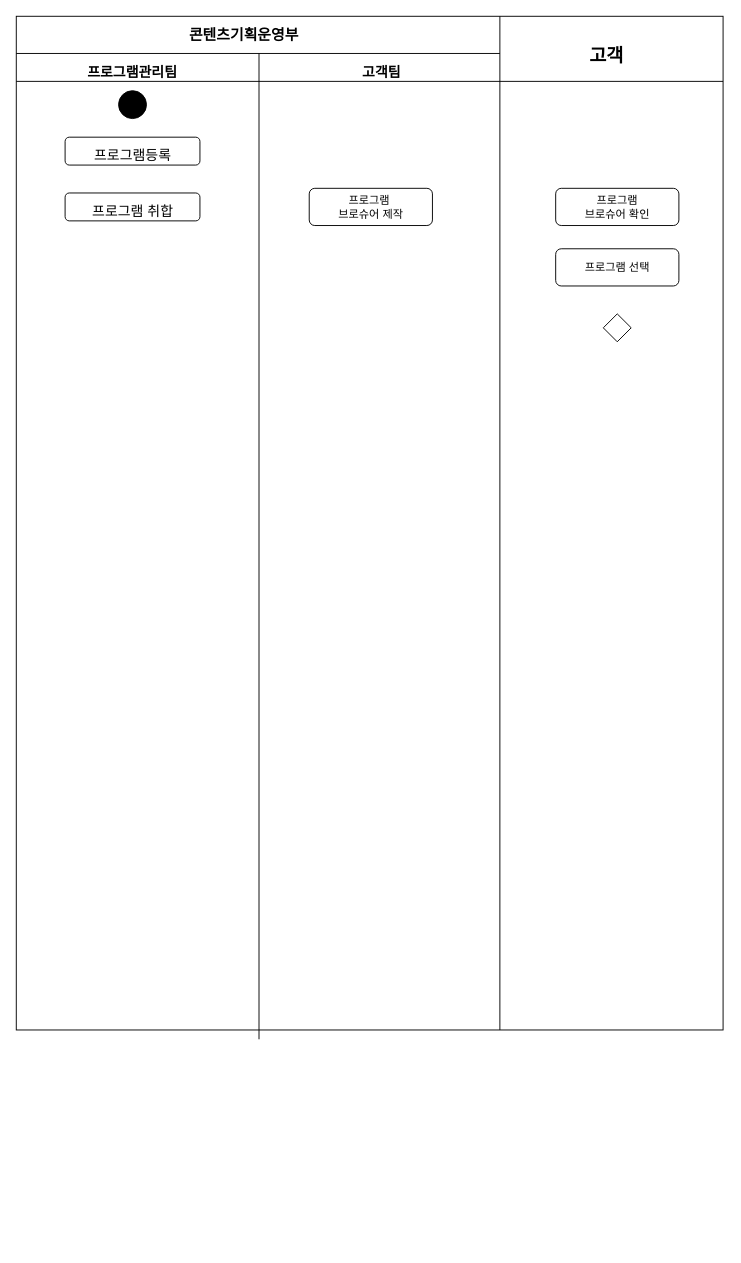
Before: page "Page-3" (3 of 3) of 제목 없는 다이어그램.drawio in ys-choi1203/tttTest, a draw.io diagram. Source tidied: cells renumbered, new cells numbered last; positions are measured from the earlier drawing's top-left corner, leaving out a move shared by most shapes. Both pictures are drawn from the tidied source at 93%, with x=0, y=0 at pixel (16, 16).
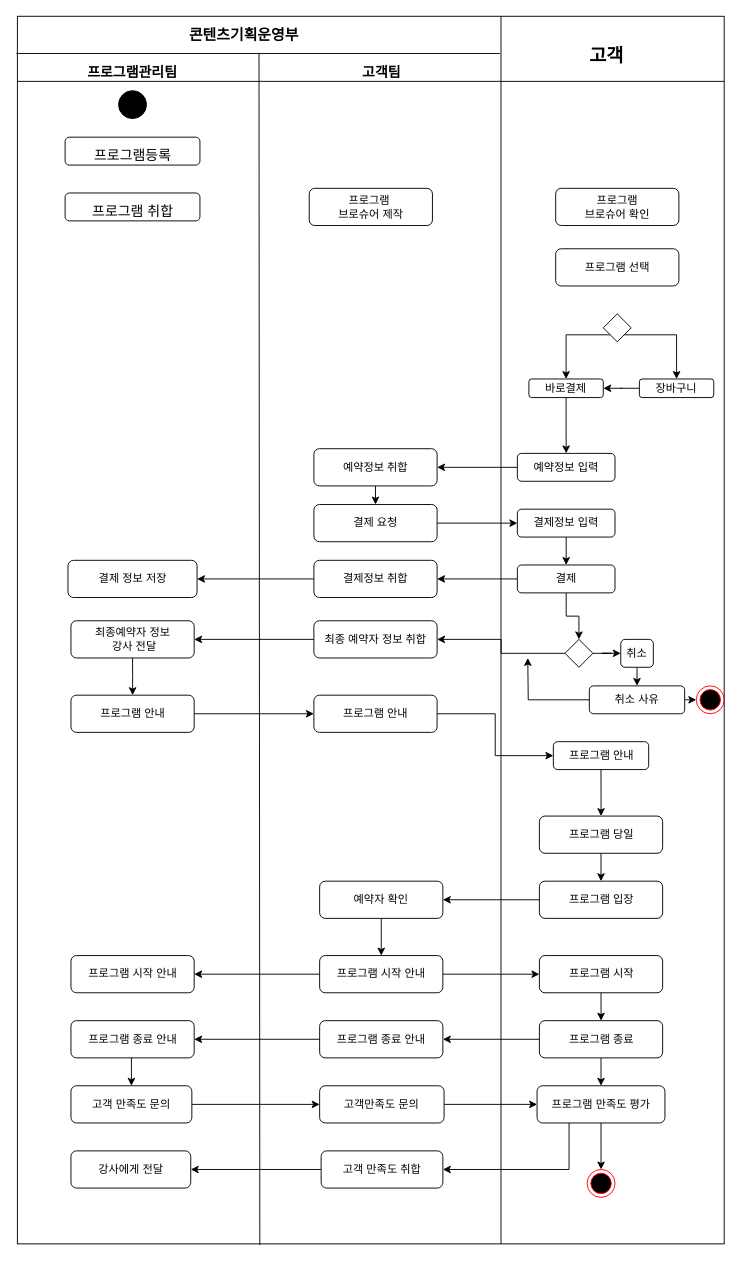
After the change.

Unchanged cells that the change refers to:
```xml
<mxCell id="15" style="rhombus;whiteSpace=wrap;html=1;" parent="1" vertex="1">
  <mxGeometry x="631.2" y="320" width="30" height="30" as="geometry" />
</mxCell>
```

The edit, as a diff of the source:
```diff
@@
     <mxCell id="2" style="shape=internalStorage;whiteSpace=wrap;html=1;backgroundOutline=1;strokeColor=#000000;dx=520;dy=70;" parent="1" vertex="1">
-      <mxGeometry width="760" height="1090" as="geometry" />
+      <mxGeometry x="1.2" width="760" height="1320" as="geometry" />
     </mxCell>
@@
-    <mxCell id="4" style="endArrow=none;html=1;" parent="1" edge="1">
+    <mxCell id="4" style="endArrow=none;html=1;exitX=0.343;exitY=1.001;exitDx=0;exitDy=0;exitPerimeter=0;" parent="1" edge="1" source="2">
       <mxGeometry relative="1" as="geometry">
-        <mxPoint x="261" y="1100" as="sourcePoint" />
         <mxPoint x="261" y="40" as="targetPoint" />
       </mxGeometry>
     </mxCell>
@@
+    <mxCell id="16" style="edgeStyle=orthogonalEdgeStyle;rounded=0;jettySize=auto;html=1;exitX=0;exitY=0.5;exitDx=0;exitDy=0;" parent="1" edge="1" source="17" target="23">
+      <mxGeometry relative="1" as="geometry" />
+    </mxCell>
+    <mxCell id="17" value="장바구니" style="rounded=1;whiteSpace=wrap;html=1;" parent="1" vertex="1">
+      <mxGeometry x="670" y="390" width="80" height="20" as="geometry" />
+    </mxCell>
+    <mxCell id="18" style="edgeStyle=orthogonalEdgeStyle;rounded=0;jettySize=auto;html=1;exitX=0.5;exitY=1;exitDx=0;exitDy=0;entryX=0.5;entryY=0;entryDx=0;entryDy=0;" parent="1" edge="1" source="19" target="27">
+      <mxGeometry relative="1" as="geometry" />
+    </mxCell>
+    <mxCell id="19" value="예약정보 취합" style="rounded=1;whiteSpace=wrap;html=1;" parent="1" vertex="1">
+      <mxGeometry x="320" y="465" width="132.5" height="40" as="geometry" />
+    </mxCell>
+    <mxCell id="20" style="edgeStyle=orthogonalEdgeStyle;rounded=0;jettySize=auto;html=1;exitX=1;exitY=1;exitDx=0;exitDy=0;entryX=0.5;entryY=0;entryDx=0;entryDy=0;" parent="1" edge="1" source="15" target="17">
+      <mxGeometry relative="1" as="geometry" />
+    </mxCell>
+    <mxCell id="21" style="edgeStyle=orthogonalEdgeStyle;rounded=0;jettySize=auto;html=1;exitX=0;exitY=1;exitDx=0;exitDy=0;entryX=0.5;entryY=0;entryDx=0;entryDy=0;" parent="1" edge="1" source="15" target="23">
+      <mxGeometry relative="1" as="geometry">
+        <Array as="points">
+          <mxPoint x="591" y="343" />
+        </Array>
+      </mxGeometry>
+    </mxCell>
@@
+    <mxCell id="22" style="edgeStyle=orthogonalEdgeStyle;rounded=0;jettySize=auto;html=1;exitX=0.5;exitY=1;exitDx=0;exitDy=0;entryX=0.5;entryY=0;entryDx=0;entryDy=0;" parent="1" edge="1" source="23" target="25">
+      <mxGeometry relative="1" as="geometry" />
+    </mxCell>
+    <mxCell id="23" value="바로결제" style="rounded=1;whiteSpace=wrap;html=1;" parent="1" vertex="1">
+      <mxGeometry x="551.2" y="390" width="80" height="20" as="geometry" />
+    </mxCell>
+    <mxCell id="24" style="edgeStyle=orthogonalEdgeStyle;rounded=0;jettySize=auto;html=1;exitX=0;exitY=0.5;exitDx=0;exitDy=0;entryX=1;entryY=0.5;entryDx=0;entryDy=0;" parent="1" edge="1" source="25" target="19">
+      <mxGeometry relative="1" as="geometry" />
+    </mxCell>
+    <mxCell id="25" value="예약정보 입력" style="rounded=1;whiteSpace=wrap;html=1;" parent="1" vertex="1">
+      <mxGeometry x="538.8" y="470" width="105" height="30" as="geometry" />
+    </mxCell>
+    <mxCell id="26" style="edgeStyle=orthogonalEdgeStyle;rounded=0;jettySize=auto;html=1;exitX=1;exitY=0.5;exitDx=0;exitDy=0;" parent="1" edge="1" source="27" target="29">
+      <mxGeometry relative="1" as="geometry" />
+    </mxCell>
+    <mxCell id="27" value="결제 요청" style="rounded=1;whiteSpace=wrap;html=1;" parent="1" vertex="1">
+      <mxGeometry x="320" y="525" width="132.5" height="40" as="geometry" />
+    </mxCell>
+    <mxCell id="28" style="edgeStyle=orthogonalEdgeStyle;rounded=0;jettySize=auto;html=1;exitX=0.5;exitY=1;exitDx=0;exitDy=0;entryX=0.5;entryY=0;entryDx=0;entryDy=0;" parent="1" edge="1" source="29" target="32">
+      <mxGeometry relative="1" as="geometry" />
+    </mxCell>
+    <mxCell id="29" value="결제정보 입력" style="rounded=1;whiteSpace=wrap;html=1;" parent="1" vertex="1">
+      <mxGeometry x="538.8" y="530" width="105" height="30" as="geometry" />
+    </mxCell>
+    <mxCell id="30" style="edgeStyle=orthogonalEdgeStyle;rounded=0;jettySize=auto;html=1;" parent="1" edge="1" source="32" target="34">
+      <mxGeometry relative="1" as="geometry" />
+    </mxCell>
+    <mxCell id="31" style="edgeStyle=orthogonalEdgeStyle;rounded=0;jettySize=auto;html=1;exitX=0.5;exitY=1;exitDx=0;exitDy=0;entryX=0.5;entryY=0;entryDx=0;entryDy=0;" parent="1" edge="1" source="32" target="45">
+      <mxGeometry relative="1" as="geometry" />
+    </mxCell>
+    <mxCell id="32" value="결제" style="rounded=1;whiteSpace=wrap;html=1;" parent="1" vertex="1">
+      <mxGeometry x="538.8" y="590" width="105" height="30" as="geometry" />
+    </mxCell>
+    <mxCell id="33" style="edgeStyle=orthogonalEdgeStyle;rounded=0;jettySize=auto;html=1;exitX=0;exitY=0.5;exitDx=0;exitDy=0;entryX=1;entryY=0.5;entryDx=0;entryDy=0;" parent="1" edge="1" source="34" target="73">
+      <mxGeometry relative="1" as="geometry" />
+    </mxCell>
+    <mxCell id="34" value="결제정보 취합" style="rounded=1;whiteSpace=wrap;html=1;" parent="1" vertex="1">
+      <mxGeometry x="320" y="585" width="132.5" height="40" as="geometry" />
+    </mxCell>
+    <mxCell id="35" style="edgeStyle=orthogonalEdgeStyle;rounded=0;jettySize=auto;html=1;" parent="1" edge="1" source="36" target="38">
+      <mxGeometry relative="1" as="geometry" />
+    </mxCell>
+    <mxCell id="36" value="최종 예약자 정보 취합" style="rounded=1;whiteSpace=wrap;html=1;" parent="1" vertex="1">
+      <mxGeometry x="320" y="650" width="132.5" height="40" as="geometry" />
+    </mxCell>
+    <mxCell id="37" style="edgeStyle=orthogonalEdgeStyle;rounded=0;jettySize=auto;html=1;exitX=0.5;exitY=1;exitDx=0;exitDy=0;" parent="1" edge="1" source="38" target="40">
+      <mxGeometry relative="1" as="geometry" />
+    </mxCell>
+    <mxCell id="38" value="최종예약자 정보&lt;br&gt;&amp;nbsp;강사 전달" style="rounded=1;whiteSpace=wrap;html=1;" parent="1" vertex="1">
+      <mxGeometry x="58.8" y="650" width="132.5" height="40" as="geometry" />
+    </mxCell>
+    <mxCell id="39" style="edgeStyle=orthogonalEdgeStyle;rounded=0;jettySize=auto;html=1;exitX=1;exitY=0.5;exitDx=0;exitDy=0;entryX=0;entryY=0.5;entryDx=0;entryDy=0;" parent="1" edge="1" source="40" target="42">
+      <mxGeometry relative="1" as="geometry" />
+    </mxCell>
+    <mxCell id="40" value="프로그램 안내" style="rounded=1;whiteSpace=wrap;html=1;" parent="1" vertex="1">
+      <mxGeometry x="58.8" y="730" width="132.5" height="40" as="geometry" />
+    </mxCell>
+    <mxCell id="41" style="edgeStyle=orthogonalEdgeStyle;rounded=0;jettySize=auto;html=1;exitX=1;exitY=0.5;exitDx=0;exitDy=0;entryX=0;entryY=0.5;entryDx=0;entryDy=0;" parent="1" edge="1" source="42" target="50">
+      <mxGeometry relative="1" as="geometry" />
+    </mxCell>
+    <mxCell id="42" value="프로그램 안내" style="rounded=1;whiteSpace=wrap;html=1;" parent="1" vertex="1">
+      <mxGeometry x="320" y="730" width="132.5" height="40" as="geometry" />
+    </mxCell>
+    <mxCell id="43" style="edgeStyle=orthogonalEdgeStyle;rounded=0;jettySize=auto;html=1;exitX=1;exitY=0.5;exitDx=0;exitDy=0;" parent="1" edge="1" source="45" target="47">
+      <mxGeometry relative="1" as="geometry" />
+    </mxCell>
+    <mxCell id="44" style="edgeStyle=orthogonalEdgeStyle;rounded=0;jettySize=auto;html=1;exitX=0;exitY=0.5;exitDx=0;exitDy=0;" parent="1" edge="1" source="45" target="36">
+      <mxGeometry relative="1" as="geometry" />
+    </mxCell>
+    <mxCell id="45" style="rhombus;whiteSpace=wrap;html=1;" parent="1" vertex="1">
+      <mxGeometry x="590" y="670" width="30" height="30" as="geometry" />
+    </mxCell>
+    <mxCell id="46" style="edgeStyle=orthogonalEdgeStyle;rounded=0;jettySize=auto;html=1;exitX=0.5;exitY=1;exitDx=0;exitDy=0;entryX=0.5;entryY=0;entryDx=0;entryDy=0;" parent="1" edge="1" source="47" target="72">
+      <mxGeometry relative="1" as="geometry" />
+    </mxCell>
+    <mxCell id="47" value="취소" style="rounded=1;whiteSpace=wrap;html=1;" parent="1" vertex="1">
+      <mxGeometry x="650" y="670" width="35" height="30" as="geometry" />
+    </mxCell>
+    <mxCell id="48" style="ellipse;html=1;shape=endState;fillColor=#000000;strokeColor=#ff0000;" parent="1" vertex="1">
+      <mxGeometry x="731.2" y="720" width="30" height="30" as="geometry" />
+    </mxCell>
+    <mxCell id="49" style="edgeStyle=orthogonalEdgeStyle;rounded=0;jettySize=auto;html=1;exitX=0.5;exitY=1;exitDx=0;exitDy=0;" parent="1" edge="1" source="50" target="52">
+      <mxGeometry relative="1" as="geometry" />
+    </mxCell>
+    <mxCell id="50" value="프로그램 안내" style="rounded=1;whiteSpace=wrap;html=1;" parent="1" vertex="1">
+      <mxGeometry x="577.5" y="780" width="102.5" height="30" as="geometry" />
+    </mxCell>
+    <mxCell id="51" style="edgeStyle=orthogonalEdgeStyle;rounded=0;jettySize=auto;html=1;exitX=0.5;exitY=1;exitDx=0;exitDy=0;entryX=0.5;entryY=0;entryDx=0;entryDy=0;" parent="1" edge="1" source="52" target="54">
+      <mxGeometry relative="1" as="geometry" />
+    </mxCell>
+    <mxCell id="52" value="프로그램 당일" style="rounded=1;whiteSpace=wrap;html=1;" parent="1" vertex="1">
+      <mxGeometry x="562.5" y="860" width="132.5" height="40" as="geometry" />
+    </mxCell>
+    <mxCell id="53" style="edgeStyle=orthogonalEdgeStyle;rounded=0;jettySize=auto;html=1;exitX=0;exitY=0.5;exitDx=0;exitDy=0;" parent="1" edge="1" source="54" target="56">
+      <mxGeometry relative="1" as="geometry" />
+    </mxCell>
+    <mxCell id="54" value="프로그램 입장" style="rounded=1;whiteSpace=wrap;html=1;" parent="1" vertex="1">
+      <mxGeometry x="562.5" y="930" width="132.5" height="40" as="geometry" />
+    </mxCell>
+    <mxCell id="55" style="edgeStyle=orthogonalEdgeStyle;rounded=0;jettySize=auto;html=1;exitX=0.5;exitY=1;exitDx=0;exitDy=0;entryX=0.5;entryY=0;entryDx=0;entryDy=0;" parent="1" edge="1" source="56" target="59">
+      <mxGeometry relative="1" as="geometry" />
+    </mxCell>
+    <mxCell id="56" value="예약자 확인" style="rounded=1;whiteSpace=wrap;html=1;" parent="1" vertex="1">
+      <mxGeometry x="326.2" y="930" width="132.5" height="40" as="geometry" />
+    </mxCell>
+    <mxCell id="57" style="edgeStyle=orthogonalEdgeStyle;rounded=0;jettySize=auto;html=1;exitX=1;exitY=0.5;exitDx=0;exitDy=0;entryX=0;entryY=0.5;entryDx=0;entryDy=0;" parent="1" edge="1" source="59" target="61">
+      <mxGeometry relative="1" as="geometry" />
+    </mxCell>
+    <mxCell id="58" style="edgeStyle=orthogonalEdgeStyle;rounded=0;jettySize=auto;html=1;exitX=0;exitY=0.5;exitDx=0;exitDy=0;" parent="1" edge="1" source="59" target="62">
+      <mxGeometry relative="1" as="geometry" />
+    </mxCell>
+    <mxCell id="59" value="프로그램 시작 안내" style="rounded=1;whiteSpace=wrap;html=1;" parent="1" vertex="1">
+      <mxGeometry x="326.2" y="1010" width="132.5" height="40" as="geometry" />
+    </mxCell>
+    <mxCell id="60" style="edgeStyle=orthogonalEdgeStyle;rounded=0;jettySize=auto;html=1;exitX=0.5;exitY=1;exitDx=0;exitDy=0;" parent="1" edge="1" source="61" target="65">
+      <mxGeometry relative="1" as="geometry" />
+    </mxCell>
+    <mxCell id="61" value="프로그램 시작" style="rounded=1;whiteSpace=wrap;html=1;" parent="1" vertex="1">
+      <mxGeometry x="562.5" y="1010" width="132.5" height="40" as="geometry" />
+    </mxCell>
+    <mxCell id="62" value="프로그램 시작 안내" style="rounded=1;whiteSpace=wrap;html=1;" parent="1" vertex="1">
+      <mxGeometry x="58.8" y="1010" width="132.5" height="40" as="geometry" />
+    </mxCell>
+    <mxCell id="63" style="edgeStyle=orthogonalEdgeStyle;rounded=0;jettySize=auto;html=1;" parent="1" edge="1" source="65" target="67">
+      <mxGeometry relative="1" as="geometry" />
+    </mxCell>
+    <mxCell id="64" style="edgeStyle=orthogonalEdgeStyle;rounded=0;jettySize=auto;html=1;exitX=0.5;exitY=1;exitDx=0;exitDy=0;entryX=0.5;entryY=0;entryDx=0;entryDy=0;" parent="1" edge="1" source="65" target="80">
+      <mxGeometry relative="1" as="geometry" />
+    </mxCell>
+    <mxCell id="65" value="프로그램 종료" style="rounded=1;whiteSpace=wrap;html=1;" parent="1" vertex="1">
+      <mxGeometry x="562.5" y="1080" width="132.5" height="40" as="geometry" />
+    </mxCell>
+    <mxCell id="66" style="edgeStyle=orthogonalEdgeStyle;rounded=0;jettySize=auto;html=1;exitX=0;exitY=0.5;exitDx=0;exitDy=0;entryX=1;entryY=0.5;entryDx=0;entryDy=0;" parent="1" edge="1" source="67" target="69">
+      <mxGeometry relative="1" as="geometry" />
+    </mxCell>
+    <mxCell id="67" value="프로그램 종료 안내" style="rounded=1;whiteSpace=wrap;html=1;" parent="1" vertex="1">
+      <mxGeometry x="326.2" y="1080" width="132.5" height="40" as="geometry" />
+    </mxCell>
+    <mxCell id="68" style="edgeStyle=orthogonalEdgeStyle;rounded=0;jettySize=auto;html=1;exitX=0.5;exitY=1;exitDx=0;exitDy=0;entryX=0.5;entryY=0;entryDx=0;entryDy=0;" parent="1" edge="1" source="69" target="75">
+      <mxGeometry relative="1" as="geometry" />
+    </mxCell>
+    <mxCell id="69" value="프로그램 종료 안내" style="rounded=1;whiteSpace=wrap;html=1;" parent="1" vertex="1">
+      <mxGeometry x="58.8" y="1080" width="132.5" height="40" as="geometry" />
+    </mxCell>
+    <mxCell id="70" style="edgeStyle=orthogonalEdgeStyle;rounded=0;jettySize=auto;html=1;exitX=1;exitY=0.5;exitDx=0;exitDy=0;entryX=0;entryY=0.5;entryDx=0;entryDy=0;" parent="1" edge="1" source="72" target="48">
+      <mxGeometry relative="1" as="geometry" />
+    </mxCell>
+    <mxCell id="71" style="edgeStyle=orthogonalEdgeStyle;rounded=0;jettySize=auto;html=1;" parent="1" edge="1" source="72">
+      <mxGeometry relative="1" as="geometry">
+        <mxPoint x="550" y="690" as="targetPoint" />
+      </mxGeometry>
+    </mxCell>
+    <mxCell id="72" value="취소 사유" style="rounded=1;whiteSpace=wrap;html=1;" parent="1" vertex="1">
+      <mxGeometry x="616.2" y="720" width="102.5" height="30" as="geometry" />
+    </mxCell>
+    <mxCell id="73" value="결제 정보 저장" style="rounded=1;whiteSpace=wrap;html=1;" parent="1" vertex="1">
+      <mxGeometry x="55.6" y="585" width="138.8" height="40" as="geometry" />
+    </mxCell>
+    <mxCell id="74" style="edgeStyle=orthogonalEdgeStyle;rounded=0;jettySize=auto;html=1;exitX=1;exitY=0.5;exitDx=0;exitDy=0;" parent="1" edge="1" source="75" target="77">
+      <mxGeometry relative="1" as="geometry" />
+    </mxCell>
+    <mxCell id="75" value="고객 만족도 문의" style="rounded=1;whiteSpace=wrap;html=1;" parent="1" vertex="1">
+      <mxGeometry x="58.8" y="1150" width="130" height="40" as="geometry" />
+    </mxCell>
+    <mxCell id="76" style="edgeStyle=orthogonalEdgeStyle;rounded=0;jettySize=auto;html=1;exitX=1;exitY=0.5;exitDx=0;exitDy=0;" parent="1" edge="1" source="77" target="80">
+      <mxGeometry relative="1" as="geometry" />
+    </mxCell>
+    <mxCell id="77" value="고객만족도 문의" style="rounded=1;whiteSpace=wrap;html=1;" parent="1" vertex="1">
+      <mxGeometry x="326.2" y="1150" width="133.8" height="40" as="geometry" />
+    </mxCell>
+    <mxCell id="78" style="edgeStyle=orthogonalEdgeStyle;rounded=0;jettySize=auto;html=1;exitX=0.5;exitY=1;exitDx=0;exitDy=0;entryX=0.5;entryY=0;entryDx=0;entryDy=0;" parent="1" edge="1" source="80" target="84">
+      <mxGeometry relative="1" as="geometry" />
+    </mxCell>
+    <mxCell id="79" style="edgeStyle=orthogonalEdgeStyle;rounded=0;jettySize=auto;html=1;exitX=0.25;exitY=1;exitDx=0;exitDy=0;entryX=1;entryY=0.5;entryDx=0;entryDy=0;" parent="1" edge="1" source="80" target="82">
+      <mxGeometry relative="1" as="geometry" />
+    </mxCell>
+    <mxCell id="80" value="프로그램 만족도 평가" style="rounded=1;whiteSpace=wrap;html=1;" parent="1" vertex="1">
+      <mxGeometry x="560" y="1150" width="137.5" height="40" as="geometry" />
+    </mxCell>
+    <mxCell id="81" style="edgeStyle=orthogonalEdgeStyle;rounded=0;jettySize=auto;html=1;exitX=0;exitY=0.5;exitDx=0;exitDy=0;entryX=1;entryY=0.5;entryDx=0;entryDy=0;" parent="1" edge="1" source="82" target="83">
+      <mxGeometry relative="1" as="geometry" />
+    </mxCell>
+    <mxCell id="82" value="고객 만족도 취합" style="rounded=1;whiteSpace=wrap;html=1;" parent="1" vertex="1">
+      <mxGeometry x="327.8" y="1220" width="130.9" height="40" as="geometry" />
+    </mxCell>
+    <mxCell id="83" value="강사에게 전달" style="rounded=1;whiteSpace=wrap;html=1;" parent="1" vertex="1">
+      <mxGeometry x="58.8" y="1220" width="128.8" height="40" as="geometry" />
+    </mxCell>
+    <mxCell id="84" style="ellipse;html=1;shape=endState;fillColor=#000000;strokeColor=#ff0000;" parent="1" vertex="1">
+      <mxGeometry x="613.8" y="1240" width="30" height="30" as="geometry" />
+    </mxCell>
```
